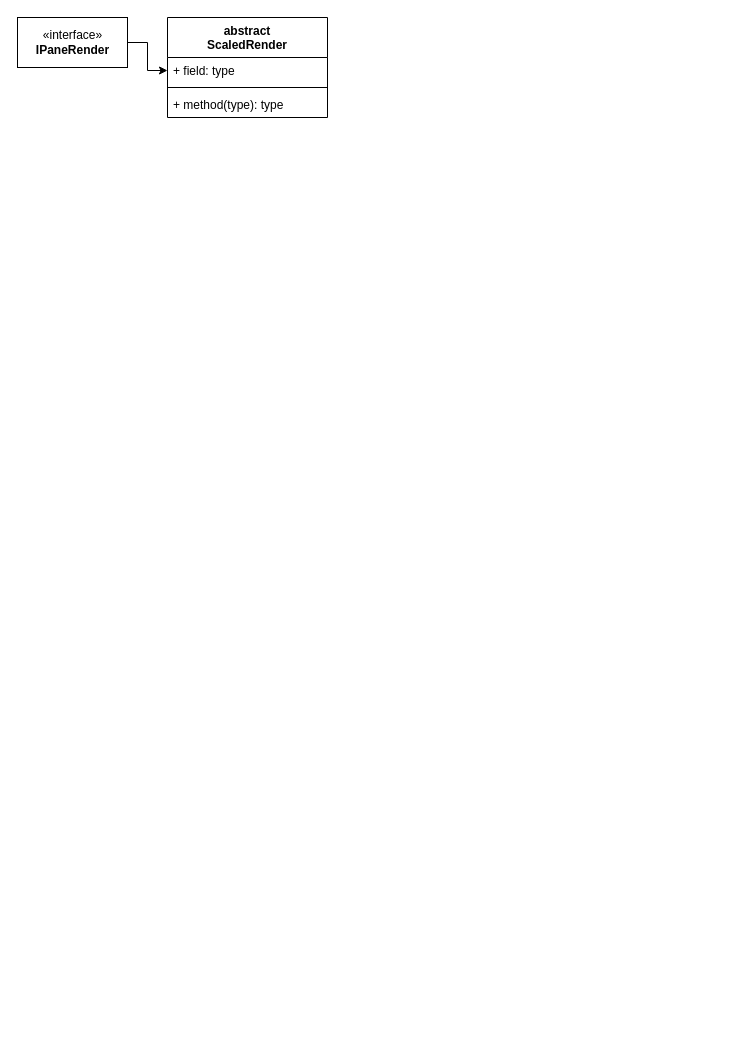
Before: page "render" (2 of 2) of src/chart-api_relationship.drawio in chenhh/lightweight-charts, a draw.io diagram. Source tidied: cells renumbered, new cells numbered last; positions are measured from the earlier drawing's top-left corner, leaving out a move shared by most shapes. Both pictures are drawn from the tidied source at 100%, with x=0, y=0 at pixel (17, 17).
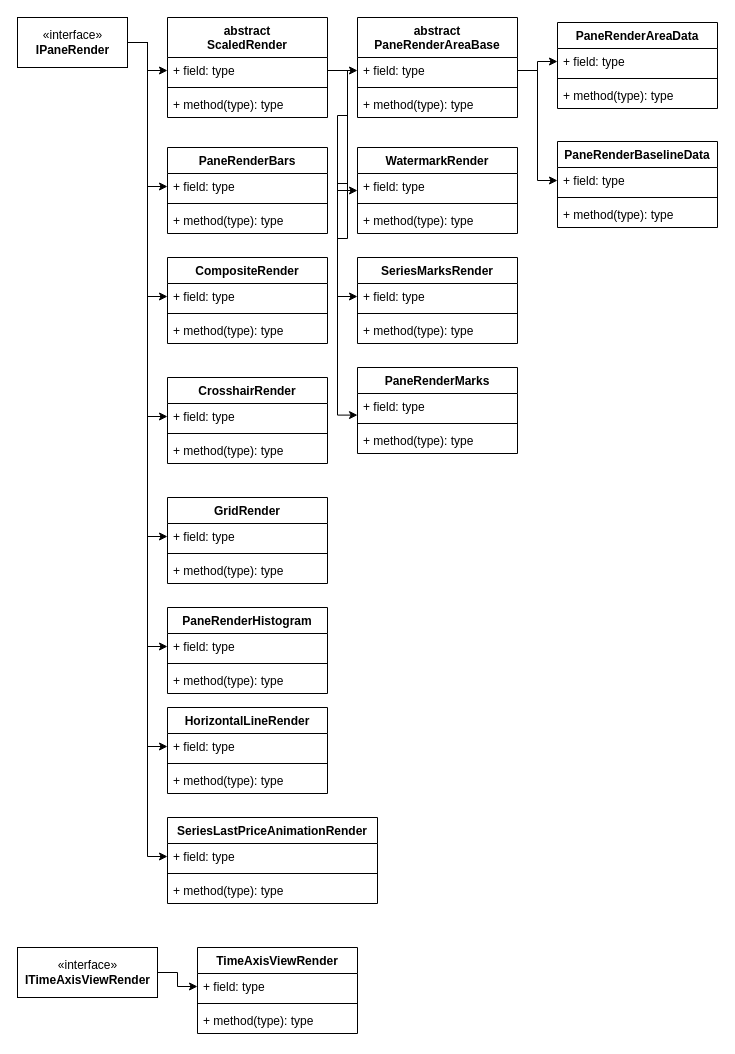
The same diagram, later.

Commit message (it also covers changes not shown here):
add chart-api comments

The change refers to these unchanged cells:
```xml
<mxCell id="3" value="«interface»&lt;br&gt;&lt;b&gt;IPaneRender&lt;/b&gt;" style="html=1;" parent="1" vertex="1">
  <mxGeometry width="110" height="50" as="geometry" />
</mxCell>
<mxCell id="5" value="+ field: type" style="text;strokeColor=none;fillColor=none;align=left;verticalAlign=top;spacingLeft=4;spacingRight=4;overflow=hidden;points=[[0,0.5],[1,0.5]];portConstraint=eastwest;" parent="4" vertex="1">
  <mxGeometry y="40" width="160" height="26" as="geometry" />
</mxCell>
```

Change to the diagram source:
```diff
@@
+    <mxCell id="8" style="edgeStyle=orthogonalEdgeStyle;rounded=0;jettySize=auto;html=1;exitX=1;exitY=0.5;exitDx=0;exitDy=0;entryX=0;entryY=0.5;entryDx=0;entryDy=0;" parent="1" edge="1" source="3" target="26">
+      <mxGeometry relative="1" as="geometry" />
+    </mxCell>
+    <mxCell id="9" style="edgeStyle=orthogonalEdgeStyle;rounded=0;jettySize=auto;html=1;exitX=1;exitY=0.5;exitDx=0;exitDy=0;" parent="1" edge="1" source="3" target="35">
+      <mxGeometry relative="1" as="geometry" />
+    </mxCell>
+    <mxCell id="10" style="edgeStyle=orthogonalEdgeStyle;rounded=0;jettySize=auto;html=1;exitX=1;exitY=0.5;exitDx=0;exitDy=0;entryX=0;entryY=0.5;entryDx=0;entryDy=0;" parent="1" edge="1" source="3" target="39">
+      <mxGeometry relative="1" as="geometry" />
+    </mxCell>
+    <mxCell id="11" style="edgeStyle=orthogonalEdgeStyle;rounded=0;jettySize=auto;html=1;exitX=1;exitY=0.5;exitDx=0;exitDy=0;entryX=0;entryY=0.5;entryDx=0;entryDy=0;" parent="1" edge="1" source="3" target="43">
+      <mxGeometry relative="1" as="geometry" />
+    </mxCell>
+    <mxCell id="12" style="edgeStyle=orthogonalEdgeStyle;rounded=0;jettySize=auto;html=1;exitX=1;exitY=0.5;exitDx=0;exitDy=0;" parent="1" edge="1" source="3" target="47">
+      <mxGeometry relative="1" as="geometry" />
+    </mxCell>
+    <mxCell id="13" style="edgeStyle=orthogonalEdgeStyle;rounded=0;jettySize=auto;html=1;exitX=1;exitY=0.5;exitDx=0;exitDy=0;entryX=0;entryY=0.5;entryDx=0;entryDy=0;" parent="1" edge="1" source="3" target="51">
+      <mxGeometry relative="1" as="geometry" />
+    </mxCell>
+    <mxCell id="14" style="edgeStyle=orthogonalEdgeStyle;rounded=0;jettySize=auto;html=1;exitX=1;exitY=0.5;exitDx=0;exitDy=0;" parent="1" edge="1" source="3" target="66">
+      <mxGeometry relative="1" as="geometry" />
+    </mxCell>
@@
+    <mxCell id="15" value="abstract&#10;PaneRenderAreaBase" style="swimlane;fontStyle=1;align=center;verticalAlign=top;horizontal=1;startSize=40;" parent="1" vertex="1">
+      <mxGeometry x="340" width="160" height="100" as="geometry" />
+    </mxCell>
+    <mxCell id="16" value="+ field: type" style="text;strokeColor=none;fillColor=none;align=left;verticalAlign=top;spacingLeft=4;spacingRight=4;overflow=hidden;points=[[0,0.5],[1,0.5]];portConstraint=eastwest;" parent="15" vertex="1">
+      <mxGeometry y="40" width="160" height="26" as="geometry" />
+    </mxCell>
+    <mxCell id="17" style="line;strokeWidth=1;fillColor=none;align=left;verticalAlign=middle;spacingTop=-1;spacingLeft=3;spacingRight=3;labelPosition=right;" parent="15" vertex="1">
+      <mxGeometry y="66" width="160" height="8" as="geometry" />
+    </mxCell>
+    <mxCell id="18" value="+ method(type): type" style="text;strokeColor=none;fillColor=none;align=left;verticalAlign=top;spacingLeft=4;spacingRight=4;overflow=hidden;" parent="15" vertex="1">
+      <mxGeometry y="74" width="160" height="26" as="geometry" />
+    </mxCell>
+    <mxCell id="19" style="edgeStyle=orthogonalEdgeStyle;rounded=0;jettySize=auto;html=1;exitX=1;exitY=0.5;exitDx=0;exitDy=0;entryX=0;entryY=0.5;entryDx=0;entryDy=0;" parent="1" edge="1" source="5" target="16">
+      <mxGeometry relative="1" as="geometry" />
+    </mxCell>
+    <mxCell id="20" value="PaneRenderAreaData" style="swimlane;fontStyle=1;align=center;verticalAlign=top;horizontal=1;startSize=26;" parent="1" vertex="1">
+      <mxGeometry x="540" y="5" width="160" height="86" as="geometry" />
+    </mxCell>
+    <mxCell id="21" value="+ field: type" style="text;strokeColor=none;fillColor=none;align=left;verticalAlign=top;spacingLeft=4;spacingRight=4;overflow=hidden;points=[[0,0.5],[1,0.5]];portConstraint=eastwest;" parent="20" vertex="1">
+      <mxGeometry y="26" width="160" height="26" as="geometry" />
+    </mxCell>
+    <mxCell id="22" style="line;strokeWidth=1;fillColor=none;align=left;verticalAlign=middle;spacingTop=-1;spacingLeft=3;spacingRight=3;labelPosition=right;" parent="20" vertex="1">
+      <mxGeometry y="52" width="160" height="8" as="geometry" />
+    </mxCell>
+    <mxCell id="23" value="+ method(type): type" style="text;strokeColor=none;fillColor=none;align=left;verticalAlign=top;spacingLeft=4;spacingRight=4;overflow=hidden;" parent="20" vertex="1">
+      <mxGeometry y="60" width="160" height="26" as="geometry" />
+    </mxCell>
+    <mxCell id="24" style="edgeStyle=orthogonalEdgeStyle;rounded=0;jettySize=auto;html=1;exitX=1;exitY=0.5;exitDx=0;exitDy=0;" parent="1" edge="1" source="16" target="21">
+      <mxGeometry relative="1" as="geometry" />
+    </mxCell>
+    <mxCell id="25" value="PaneRenderBars" style="swimlane;fontStyle=1;align=center;verticalAlign=top;horizontal=1;startSize=26;" parent="1" vertex="1">
+      <mxGeometry x="150" y="130" width="160" height="86" as="geometry" />
+    </mxCell>
+    <mxCell id="26" value="+ field: type" style="text;strokeColor=none;fillColor=none;align=left;verticalAlign=top;spacingLeft=4;spacingRight=4;overflow=hidden;points=[[0,0.5],[1,0.5]];portConstraint=eastwest;" parent="25" vertex="1">
+      <mxGeometry y="26" width="160" height="26" as="geometry" />
+    </mxCell>
+    <mxCell id="27" style="line;strokeWidth=1;fillColor=none;align=left;verticalAlign=middle;spacingTop=-1;spacingLeft=3;spacingRight=3;labelPosition=right;" parent="25" vertex="1">
+      <mxGeometry y="52" width="160" height="8" as="geometry" />
+    </mxCell>
+    <mxCell id="28" value="+ method(type): type" style="text;strokeColor=none;fillColor=none;align=left;verticalAlign=top;spacingLeft=4;spacingRight=4;overflow=hidden;" parent="25" vertex="1">
+      <mxGeometry y="60" width="160" height="26" as="geometry" />
+    </mxCell>
+    <mxCell id="29" value="PaneRenderBaselineData" style="swimlane;fontStyle=1;align=center;verticalAlign=top;horizontal=1;startSize=26;" parent="1" vertex="1">
+      <mxGeometry x="540" y="124" width="160" height="86" as="geometry" />
+    </mxCell>
+    <mxCell id="30" value="+ field: type" style="text;strokeColor=none;fillColor=none;align=left;verticalAlign=top;spacingLeft=4;spacingRight=4;overflow=hidden;points=[[0,0.5],[1,0.5]];portConstraint=eastwest;" parent="29" vertex="1">
+      <mxGeometry y="26" width="160" height="26" as="geometry" />
+    </mxCell>
+    <mxCell id="31" style="line;strokeWidth=1;fillColor=none;align=left;verticalAlign=middle;spacingTop=-1;spacingLeft=3;spacingRight=3;labelPosition=right;" parent="29" vertex="1">
+      <mxGeometry y="52" width="160" height="8" as="geometry" />
+    </mxCell>
+    <mxCell id="32" value="+ method(type): type" style="text;strokeColor=none;fillColor=none;align=left;verticalAlign=top;spacingLeft=4;spacingRight=4;overflow=hidden;" parent="29" vertex="1">
+      <mxGeometry y="60" width="160" height="26" as="geometry" />
+    </mxCell>
+    <mxCell id="33" style="edgeStyle=orthogonalEdgeStyle;rounded=0;jettySize=auto;html=1;exitX=1;exitY=0.5;exitDx=0;exitDy=0;entryX=0;entryY=0.5;entryDx=0;entryDy=0;" parent="1" edge="1" source="16" target="30">
+      <mxGeometry relative="1" as="geometry" />
+    </mxCell>
+    <mxCell id="34" value="CompositeRender" style="swimlane;fontStyle=1;align=center;verticalAlign=top;horizontal=1;startSize=26;" parent="1" vertex="1">
+      <mxGeometry x="150" y="240" width="160" height="86" as="geometry" />
+    </mxCell>
+    <mxCell id="35" value="+ field: type" style="text;strokeColor=none;fillColor=none;align=left;verticalAlign=top;spacingLeft=4;spacingRight=4;overflow=hidden;points=[[0,0.5],[1,0.5]];portConstraint=eastwest;" parent="34" vertex="1">
+      <mxGeometry y="26" width="160" height="26" as="geometry" />
+    </mxCell>
+    <mxCell id="36" style="line;strokeWidth=1;fillColor=none;align=left;verticalAlign=middle;spacingTop=-1;spacingLeft=3;spacingRight=3;labelPosition=right;" parent="34" vertex="1">
+      <mxGeometry y="52" width="160" height="8" as="geometry" />
+    </mxCell>
+    <mxCell id="37" value="+ method(type): type" style="text;strokeColor=none;fillColor=none;align=left;verticalAlign=top;spacingLeft=4;spacingRight=4;overflow=hidden;" parent="34" vertex="1">
+      <mxGeometry y="60" width="160" height="26" as="geometry" />
+    </mxCell>
+    <mxCell id="38" value="CrosshairRender" style="swimlane;fontStyle=1;align=center;verticalAlign=top;horizontal=1;startSize=26;" parent="1" vertex="1">
+      <mxGeometry x="150" y="360" width="160" height="86" as="geometry" />
+    </mxCell>
+    <mxCell id="39" value="+ field: type" style="text;strokeColor=none;fillColor=none;align=left;verticalAlign=top;spacingLeft=4;spacingRight=4;overflow=hidden;points=[[0,0.5],[1,0.5]];portConstraint=eastwest;" parent="38" vertex="1">
+      <mxGeometry y="26" width="160" height="26" as="geometry" />
+    </mxCell>
+    <mxCell id="40" style="line;strokeWidth=1;fillColor=none;align=left;verticalAlign=middle;spacingTop=-1;spacingLeft=3;spacingRight=3;labelPosition=right;" parent="38" vertex="1">
+      <mxGeometry y="52" width="160" height="8" as="geometry" />
+    </mxCell>
+    <mxCell id="41" value="+ method(type): type" style="text;strokeColor=none;fillColor=none;align=left;verticalAlign=top;spacingLeft=4;spacingRight=4;overflow=hidden;" parent="38" vertex="1">
+      <mxGeometry y="60" width="160" height="26" as="geometry" />
+    </mxCell>
+    <mxCell id="42" value="GridRender" style="swimlane;fontStyle=1;align=center;verticalAlign=top;horizontal=1;startSize=26;" parent="1" vertex="1">
+      <mxGeometry x="150" y="480" width="160" height="86" as="geometry" />
+    </mxCell>
+    <mxCell id="43" value="+ field: type" style="text;strokeColor=none;fillColor=none;align=left;verticalAlign=top;spacingLeft=4;spacingRight=4;overflow=hidden;points=[[0,0.5],[1,0.5]];portConstraint=eastwest;" parent="42" vertex="1">
+      <mxGeometry y="26" width="160" height="26" as="geometry" />
+    </mxCell>
+    <mxCell id="44" style="line;strokeWidth=1;fillColor=none;align=left;verticalAlign=middle;spacingTop=-1;spacingLeft=3;spacingRight=3;labelPosition=right;" parent="42" vertex="1">
+      <mxGeometry y="52" width="160" height="8" as="geometry" />
+    </mxCell>
+    <mxCell id="45" value="+ method(type): type" style="text;strokeColor=none;fillColor=none;align=left;verticalAlign=top;spacingLeft=4;spacingRight=4;overflow=hidden;" parent="42" vertex="1">
+      <mxGeometry y="60" width="160" height="26" as="geometry" />
+    </mxCell>
+    <mxCell id="46" value="PaneRenderHistogram" style="swimlane;fontStyle=1;align=center;verticalAlign=top;horizontal=1;startSize=26;" parent="1" vertex="1">
+      <mxGeometry x="150" y="590" width="160" height="86" as="geometry" />
+    </mxCell>
+    <mxCell id="47" value="+ field: type" style="text;strokeColor=none;fillColor=none;align=left;verticalAlign=top;spacingLeft=4;spacingRight=4;overflow=hidden;points=[[0,0.5],[1,0.5]];portConstraint=eastwest;" parent="46" vertex="1">
+      <mxGeometry y="26" width="160" height="26" as="geometry" />
+    </mxCell>
+    <mxCell id="48" style="line;strokeWidth=1;fillColor=none;align=left;verticalAlign=middle;spacingTop=-1;spacingLeft=3;spacingRight=3;labelPosition=right;" parent="46" vertex="1">
+      <mxGeometry y="52" width="160" height="8" as="geometry" />
+    </mxCell>
+    <mxCell id="49" value="+ method(type): type" style="text;strokeColor=none;fillColor=none;align=left;verticalAlign=top;spacingLeft=4;spacingRight=4;overflow=hidden;" parent="46" vertex="1">
+      <mxGeometry y="60" width="160" height="26" as="geometry" />
+    </mxCell>
+    <mxCell id="50" value="HorizontalLineRender" style="swimlane;fontStyle=1;align=center;verticalAlign=top;horizontal=1;startSize=26;" parent="1" vertex="1">
+      <mxGeometry x="150" y="690" width="160" height="86" as="geometry" />
+    </mxCell>
+    <mxCell id="51" value="+ field: type" style="text;strokeColor=none;fillColor=none;align=left;verticalAlign=top;spacingLeft=4;spacingRight=4;overflow=hidden;points=[[0,0.5],[1,0.5]];portConstraint=eastwest;" parent="50" vertex="1">
+      <mxGeometry y="26" width="160" height="26" as="geometry" />
+    </mxCell>
+    <mxCell id="52" style="line;strokeWidth=1;fillColor=none;align=left;verticalAlign=middle;spacingTop=-1;spacingLeft=3;spacingRight=3;labelPosition=right;" parent="50" vertex="1">
+      <mxGeometry y="52" width="160" height="8" as="geometry" />
+    </mxCell>
+    <mxCell id="53" value="+ method(type): type" style="text;strokeColor=none;fillColor=none;align=left;verticalAlign=top;spacingLeft=4;spacingRight=4;overflow=hidden;" parent="50" vertex="1">
+      <mxGeometry y="60" width="160" height="26" as="geometry" />
+    </mxCell>
+    <mxCell id="54" value="WatermarkRender" style="swimlane;fontStyle=1;align=center;verticalAlign=top;horizontal=1;startSize=26;" parent="1" vertex="1">
+      <mxGeometry x="340" y="130" width="160" height="86" as="geometry" />
+    </mxCell>
+    <mxCell id="55" value="+ field: type" style="text;strokeColor=none;fillColor=none;align=left;verticalAlign=top;spacingLeft=4;spacingRight=4;overflow=hidden;" parent="54" vertex="1">
+      <mxGeometry y="26" width="160" height="26" as="geometry" />
+    </mxCell>
+    <mxCell id="56" style="line;strokeWidth=1;fillColor=none;align=left;verticalAlign=middle;spacingTop=-1;spacingLeft=3;spacingRight=3;labelPosition=right;" parent="54" vertex="1">
+      <mxGeometry y="52" width="160" height="8" as="geometry" />
+    </mxCell>
+    <mxCell id="57" value="+ method(type): type" style="text;strokeColor=none;fillColor=none;align=left;verticalAlign=top;spacingLeft=4;spacingRight=4;overflow=hidden;" parent="54" vertex="1">
+      <mxGeometry y="60" width="160" height="26" as="geometry" />
+    </mxCell>
+    <mxCell id="58" style="edgeStyle=orthogonalEdgeStyle;rounded=0;jettySize=auto;html=1;exitX=1;exitY=0.5;exitDx=0;exitDy=0;entryX=0;entryY=0.5;entryDx=0;entryDy=0;" parent="1" edge="1" source="5" target="54">
+      <mxGeometry relative="1" as="geometry" />
+    </mxCell>
+    <mxCell id="59" style="edgeStyle=orthogonalEdgeStyle;rounded=0;jettySize=auto;html=1;exitX=1;exitY=0.5;exitDx=0;exitDy=0;entryX=0;entryY=0.5;entryDx=0;entryDy=0;" parent="1" edge="1" source="60" target="62">
+      <mxGeometry relative="1" as="geometry" />
+    </mxCell>
+    <mxCell id="60" value="«interface»&lt;br&gt;&lt;b&gt;ITimeAxisViewRender&lt;/b&gt;" style="html=1;" parent="1" vertex="1">
+      <mxGeometry y="930" width="140" height="50" as="geometry" />
+    </mxCell>
+    <mxCell id="61" value="TimeAxisViewRender" style="swimlane;fontStyle=1;align=center;verticalAlign=top;horizontal=1;startSize=26;" parent="1" vertex="1">
+      <mxGeometry x="180" y="930" width="160" height="86" as="geometry" />
+    </mxCell>
+    <mxCell id="62" value="+ field: type" style="text;strokeColor=none;fillColor=none;align=left;verticalAlign=top;spacingLeft=4;spacingRight=4;overflow=hidden;points=[[0,0.5],[1,0.5]];portConstraint=eastwest;" parent="61" vertex="1">
+      <mxGeometry y="26" width="160" height="26" as="geometry" />
+    </mxCell>
+    <mxCell id="63" style="line;strokeWidth=1;fillColor=none;align=left;verticalAlign=middle;spacingTop=-1;spacingLeft=3;spacingRight=3;labelPosition=right;" parent="61" vertex="1">
+      <mxGeometry y="52" width="160" height="8" as="geometry" />
+    </mxCell>
+    <mxCell id="64" value="+ method(type): type" style="text;strokeColor=none;fillColor=none;align=left;verticalAlign=top;spacingLeft=4;spacingRight=4;overflow=hidden;" parent="61" vertex="1">
+      <mxGeometry y="60" width="160" height="26" as="geometry" />
+    </mxCell>
+    <mxCell id="65" value="SeriesLastPriceAnimationRender" style="swimlane;fontStyle=1;align=center;verticalAlign=top;horizontal=1;startSize=26;" parent="1" vertex="1">
+      <mxGeometry x="150" y="800" width="210" height="86" as="geometry" />
+    </mxCell>
+    <mxCell id="66" value="+ field: type" style="text;strokeColor=none;fillColor=none;align=left;verticalAlign=top;spacingLeft=4;spacingRight=4;overflow=hidden;points=[[0,0.5],[1,0.5]];portConstraint=eastwest;" parent="65" vertex="1">
+      <mxGeometry y="26" width="210" height="26" as="geometry" />
+    </mxCell>
+    <mxCell id="67" style="line;strokeWidth=1;fillColor=none;align=left;verticalAlign=middle;spacingTop=-1;spacingLeft=3;spacingRight=3;labelPosition=right;" parent="65" vertex="1">
+      <mxGeometry y="52" width="210" height="8" as="geometry" />
+    </mxCell>
+    <mxCell id="68" value="+ method(type): type" style="text;strokeColor=none;fillColor=none;align=left;verticalAlign=top;spacingLeft=4;spacingRight=4;overflow=hidden;" parent="65" vertex="1">
+      <mxGeometry y="60" width="210" height="26" as="geometry" />
+    </mxCell>
+    <mxCell id="69" value="SeriesMarksRender" style="swimlane;fontStyle=1;align=center;verticalAlign=top;horizontal=1;startSize=26;" parent="1" vertex="1">
+      <mxGeometry x="340" y="240" width="160" height="86" as="geometry" />
+    </mxCell>
+    <mxCell id="70" value="+ field: type" style="text;strokeColor=none;fillColor=none;align=left;verticalAlign=top;spacingLeft=4;spacingRight=4;overflow=hidden;points=[[0,0.5],[1,0.5]];portConstraint=eastwest;" parent="69" vertex="1">
+      <mxGeometry y="26" width="160" height="26" as="geometry" />
+    </mxCell>
+    <mxCell id="71" style="line;strokeWidth=1;fillColor=none;align=left;verticalAlign=middle;spacingTop=-1;spacingLeft=3;spacingRight=3;labelPosition=right;" parent="69" vertex="1">
+      <mxGeometry y="52" width="160" height="8" as="geometry" />
+    </mxCell>
+    <mxCell id="72" value="+ method(type): type" style="text;strokeColor=none;fillColor=none;align=left;verticalAlign=top;spacingLeft=4;spacingRight=4;overflow=hidden;" parent="69" vertex="1">
+      <mxGeometry y="60" width="160" height="26" as="geometry" />
+    </mxCell>
+    <mxCell id="73" style="edgeStyle=orthogonalEdgeStyle;rounded=0;jettySize=auto;html=1;exitX=1;exitY=0.5;exitDx=0;exitDy=0;" parent="1" edge="1" source="5" target="70">
+      <mxGeometry relative="1" as="geometry" />
+    </mxCell>
+    <mxCell id="74" value="PaneRenderMarks" style="swimlane;fontStyle=1;align=center;verticalAlign=top;horizontal=1;startSize=26;" parent="1" vertex="1">
+      <mxGeometry x="340" y="350" width="160" height="86" as="geometry" />
+    </mxCell>
+    <mxCell id="75" value="+ field: type" style="text;strokeColor=none;fillColor=none;align=left;verticalAlign=top;spacingLeft=4;spacingRight=4;overflow=hidden;points=[[0,0.5],[1,0.5]];portConstraint=eastwest;" parent="74" vertex="1">
+      <mxGeometry y="26" width="160" height="26" as="geometry" />
+    </mxCell>
+    <mxCell id="76" style="line;strokeWidth=1;fillColor=none;align=left;verticalAlign=middle;spacingTop=-1;spacingLeft=3;spacingRight=3;labelPosition=right;" parent="74" vertex="1">
+      <mxGeometry y="52" width="160" height="8" as="geometry" />
+    </mxCell>
+    <mxCell id="77" value="+ method(type): type" style="text;strokeColor=none;fillColor=none;align=left;verticalAlign=top;spacingLeft=4;spacingRight=4;overflow=hidden;" parent="74" vertex="1">
+      <mxGeometry y="60" width="160" height="26" as="geometry" />
+    </mxCell>
+    <mxCell id="78" style="edgeStyle=orthogonalEdgeStyle;rounded=0;jettySize=auto;html=1;exitX=1;exitY=0.5;exitDx=0;exitDy=0;entryX=0;entryY=0.831;entryDx=0;entryDy=0;entryPerimeter=0;" parent="1" edge="1" source="5" target="75">
+      <mxGeometry relative="1" as="geometry" />
+    </mxCell>
```
